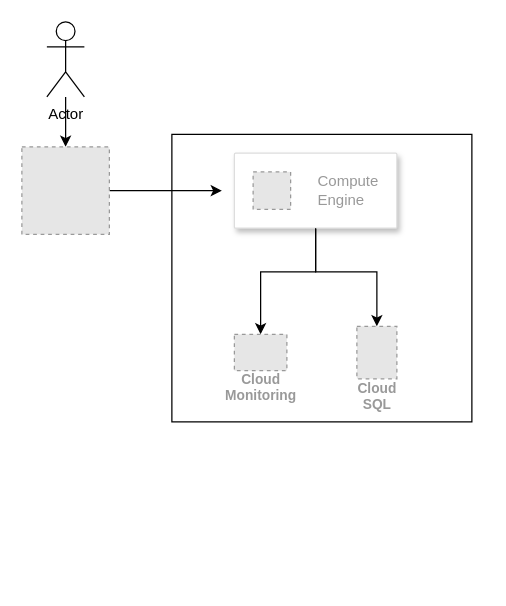
This is lab4/CapyPrint.drawio from imkonyahin/2023_2024-cloud-platforms-as-the-basis-of-technology-entrepreneurship-u4125-konyahin, a draw.io file, before an edit. Source tidied: cells renumbered, new cells numbered last; positions are measured from the earlier drawing's top-left corner, leaving out a move shared by most shapes. Both pictures are drawn from the tidied source at 125%, with x=0, y=0 at pixel (21, 21). Pictures stored in the file or linked from it are replaced by grey dashed boxes.
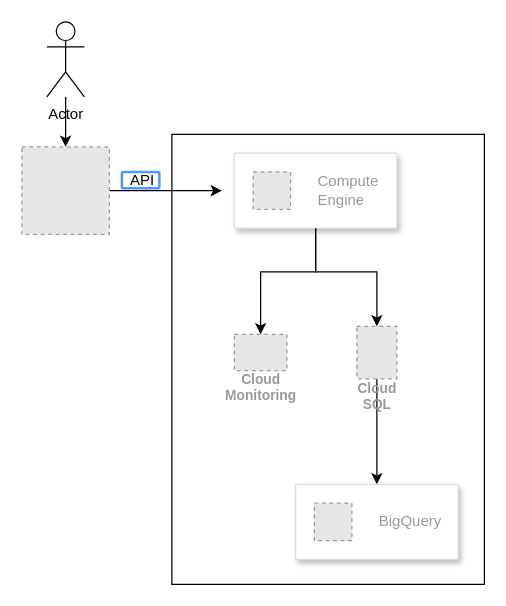
After the change.

The change refers to these unchanged cells:
```xml
<mxCell id="11" value="Cloud&#10;SQL" style="fillColor=#E6E6E6;strokeColor=#999999;dashed=1;html=1;verticalAlign=top;labelPosition=center;verticalLabelPosition=bottom;align=center;spacingTop=-6;fontSize=11;fontStyle=1;fontColor=#999999;" parent="1" vertex="1">
  <mxGeometry x="268" y="243.5" width="32" height="42" as="geometry" />
</mxCell>
```

Diff of the diagram source:
```diff
@@
     <mxCell id="2" style="rounded=0;whiteSpace=wrap;html=1;" parent="1" vertex="1">
-      <mxGeometry x="120" y="90" width="240" height="230" as="geometry" />
+      <mxGeometry x="120" y="90" width="250" height="360" as="geometry" />
     </mxCell>
@@
+    <mxCell id="13" style="edgeStyle=orthogonalEdgeStyle;rounded=0;jettySize=auto;html=1;entryX=0.5;entryY=0;entryDx=0;entryDy=0;" parent="1" edge="1" source="11" target="14">
+      <mxGeometry relative="1" as="geometry" />
+    </mxCell>
@@
+    <mxCell id="14" style="strokeColor=#dddddd;shadow=1;strokeWidth=1;rounded=1;absoluteArcSize=1;arcSize=2;" parent="1" vertex="1">
+      <mxGeometry x="219" y="370" width="130" height="60" as="geometry" />
+    </mxCell>
+    <mxCell id="15" value="BigQuery" style="fillColor=#E6E6E6;strokeColor=#999999;dashed=1;html=1;fontColor=#999999;verticalLabelPosition=middle;verticalAlign=middle;labelPosition=right;align=left;spacingLeft=20;" parent="14" vertex="1">
+      <mxGeometry width="30" height="30" relative="1" as="geometry">
+        <mxPoint x="15" y="15" as="offset" />
+      </mxGeometry>
+    </mxCell>
+    <mxCell id="16" value="API" style="rounded=1;arcSize=9;align=left;spacingLeft=5;strokeColor=#4C9AFF;html=1;strokeWidth=2;fontSize=12;" parent="1" vertex="1">
+      <mxGeometry x="80" y="120" width="30" height="13" as="geometry" />
+    </mxCell>
```
